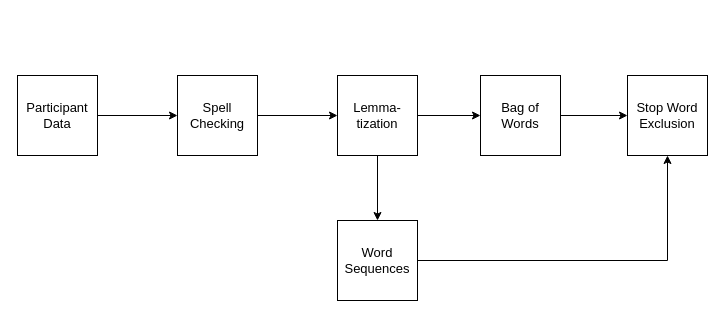
Above: manuscript/process_flow.drawio in doomlab/FLT-Primer (draw.io), before the change. Source tidied: cells renumbered, new cells numbered last; positions are measured from the earlier drawing's top-left corner, leaving out a move shared by most shapes. Both pictures are drawn from the tidied source at 100%, with x=0, y=0 at pixel (17, 75).
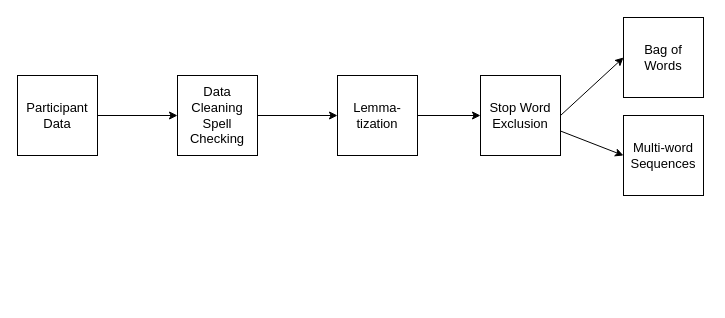
Above is the later version.

Diff of the diagram source:
```diff
@@
 <mxGraphModel>
   <root>
     <mxCell id="0" />
     <mxCell id="1" parent="0" />
     <mxCell id="2" style="edgeStyle=orthogonalEdgeStyle;rounded=0;jettySize=auto;html=1;fontFamily=Helvetica;fontSize=13;" parent="1" edge="1" source="3" target="5">
       <mxGeometry relative="1" as="geometry" />
     </mxCell>
     <mxCell id="3" value="&lt;div style=&quot;font-size: 13px;&quot;&gt;Participant&lt;/div&gt;&lt;div style=&quot;font-size: 13px;&quot;&gt;Data&lt;br style=&quot;font-size: 13px;&quot;&gt;&lt;/div&gt;" style="whiteSpace=wrap;html=1;fontFamily=Helvetica;fontSize=13;" parent="1" vertex="1">
       <mxGeometry width="80" height="80" as="geometry" />
     </mxCell>
     <mxCell id="4" style="edgeStyle=orthogonalEdgeStyle;rounded=0;jettySize=auto;html=1;fontFamily=Helvetica;fontSize=13;" parent="1" edge="1" source="5" target="8">
       <mxGeometry relative="1" as="geometry" />
     </mxCell>
-    <mxCell id="5" value="&lt;div style=&quot;font-size: 13px;&quot;&gt;Spell&lt;/div&gt;&lt;div style=&quot;font-size: 13px;&quot;&gt;Checking&lt;br style=&quot;font-size: 13px;&quot;&gt;&lt;/div&gt;" style="whiteSpace=wrap;html=1;fontFamily=Helvetica;fontSize=13;" parent="1" vertex="1">
+    <mxCell id="5" value="&lt;div style=&quot;font-size: 13px&quot;&gt;Data&lt;/div&gt;&lt;div style=&quot;font-size: 13px&quot;&gt;Cleaning Spell&lt;/div&gt;&lt;div style=&quot;font-size: 13px&quot;&gt;Checking&lt;/div&gt;" style="whiteSpace=wrap;html=1;fontFamily=Helvetica;fontSize=13;" parent="1" vertex="1">
       <mxGeometry x="160" width="80" height="80" as="geometry" />
     </mxCell>
-    <mxCell id="6" style="edgeStyle=orthogonalEdgeStyle;rounded=0;jettySize=auto;html=1;fontFamily=Helvetica;fontSize=13;" parent="1" edge="1" source="8" target="13">
-      <mxGeometry relative="1" as="geometry" />
-    </mxCell>
     <mxCell id="7" style="edgeStyle=orthogonalEdgeStyle;rounded=0;jettySize=auto;html=1;" parent="1" edge="1" source="8" target="11">
       <mxGeometry relative="1" as="geometry" />
     </mxCell>
     <mxCell id="8" value="&lt;div&gt;Lemma-&lt;/div&gt;&lt;div&gt;tization&lt;br&gt;&lt;/div&gt;" style="whiteSpace=wrap;html=1;fontFamily=Helvetica;fontSize=13;" parent="1" vertex="1">
       <mxGeometry x="320" width="80" height="80" as="geometry" />
     </mxCell>
-    <mxCell id="9" value="&lt;div style=&quot;font-size: 13px;&quot;&gt;Stop Word&lt;br style=&quot;font-size: 13px;&quot;&gt;&lt;/div&gt;&lt;div style=&quot;font-size: 13px;&quot;&gt;Exclusion&lt;/div&gt;" style="whiteSpace=wrap;html=1;fontFamily=Helvetica;fontSize=13;" parent="1" vertex="1">
-      <mxGeometry x="610" width="80" height="80" as="geometry" />
+    <mxCell id="9" value="&lt;div&gt;Bag of Words&lt;/div&gt;" style="whiteSpace=wrap;html=1;fontFamily=Helvetica;fontSize=13;" parent="1" vertex="1">
+      <mxGeometry x="606" y="-58" width="80" height="80" as="geometry" />
     </mxCell>
-    <mxCell id="10" style="edgeStyle=orthogonalEdgeStyle;rounded=0;jettySize=auto;html=1;" parent="1" edge="1" source="11" target="9">
-      <mxGeometry relative="1" as="geometry" />
-    </mxCell>
+    <mxCell id="14" style="rounded=0;jettySize=auto;html=1;entryX=0;entryY=0.5;entryDx=0;entryDy=0;" parent="1" edge="1" source="11" target="15">
+      <mxGeometry relative="1" as="geometry" />
+    </mxCell>
-    <mxCell id="11" value="Bag of Words" style="whiteSpace=wrap;html=1;fontFamily=Helvetica;fontSize=13;" parent="1" vertex="1">
+    <mxCell id="11" value="&lt;div&gt;Stop Word&lt;/div&gt;&lt;div&gt;Exclusion&lt;br&gt;&lt;/div&gt;" style="whiteSpace=wrap;html=1;fontFamily=Helvetica;fontSize=13;" parent="1" vertex="1">
       <mxGeometry x="463" width="80" height="80" as="geometry" />
     </mxCell>
-    <mxCell id="12" style="edgeStyle=orthogonalEdgeStyle;rounded=0;jettySize=auto;html=1;exitX=1;exitY=0.5;exitDx=0;exitDy=0;entryX=0.5;entryY=1;entryDx=0;entryDy=0;fontFamily=Helvetica;fontSize=13;" parent="1" edge="1" source="13" target="9">
-      <mxGeometry relative="1" as="geometry" />
-    </mxCell>
-    <mxCell id="13" value="&lt;div style=&quot;font-size: 13px;&quot;&gt;Word&lt;/div&gt;&lt;div style=&quot;font-size: 13px;&quot;&gt;Sequences&lt;br style=&quot;font-size: 13px;&quot;&gt;&lt;/div&gt;" style="whiteSpace=wrap;html=1;fontFamily=Helvetica;fontSize=13;" parent="1" vertex="1">
-      <mxGeometry x="320" y="145" width="80" height="80" as="geometry" />
-    </mxCell>
+    <mxCell id="15" value="&lt;div&gt;Multi-word&lt;br&gt;&lt;/div&gt;&lt;div&gt;Sequences&lt;br&gt;&lt;/div&gt;" style="whiteSpace=wrap;html=1;fontFamily=Helvetica;fontSize=13;" parent="1" vertex="1">
+      <mxGeometry x="606" y="40" width="80" height="80" as="geometry" />
+    </mxCell>
+    <mxCell id="16" style="endArrow=classic;html=1;exitX=1;exitY=0.5;exitDx=0;exitDy=0;" parent="1" edge="1" source="11">
+      <mxGeometry relative="1" as="geometry">
+        <mxPoint x="606" y="-18" as="targetPoint" />
+      </mxGeometry>
+    </mxCell>
   </root>
 </mxGraphModel>
```
